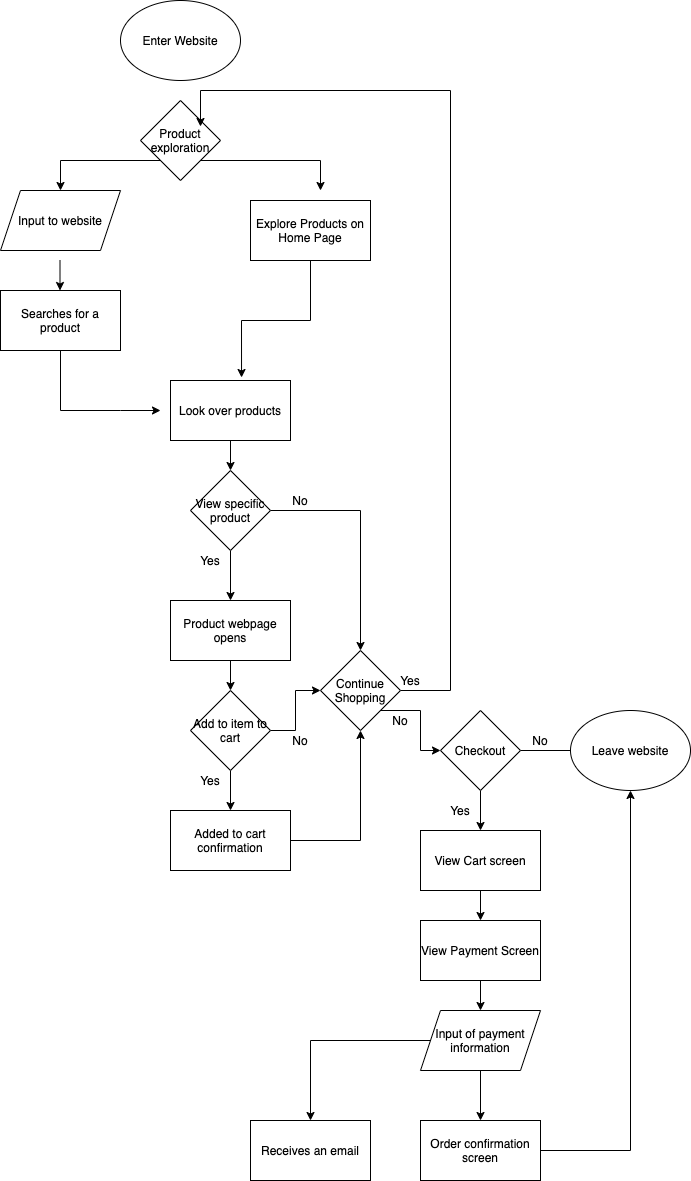
The draw.io diagram part2/part2.drawio.png in abvasude/sp21-cse110-lab4, before a commit. Source tidied: cells renumbered, new cells last; positions are measured from the earlier drawing's top-left corner, leaving out a move shared by most shapes.
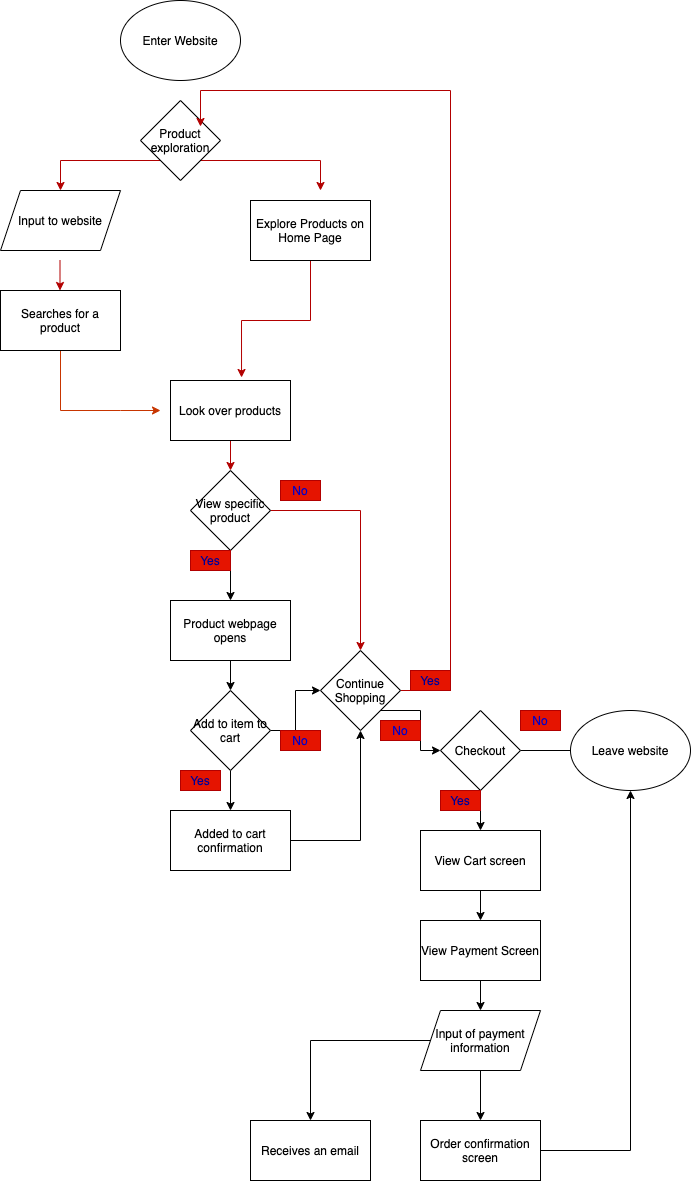
Later version of the same file.

Commit message:
Updated part2 drawio to make it readable

Change to the diagram source:
```diff
@@ -5,7 +5,7 @@
     <mxCell id="2" value="Enter Website" style="ellipse;whiteSpace=wrap;html=1;" parent="1" vertex="1">
       <mxGeometry x="120" width="120" height="80" as="geometry" />
     </mxCell>
-    <mxCell id="3" style="edgeStyle=orthogonalEdgeStyle;rounded=0;jettySize=auto;html=1;" parent="1" edge="1" source="4">
+    <mxCell id="3" style="edgeStyle=orthogonalEdgeStyle;rounded=0;jettySize=auto;html=1;fillColor=#fa6800;strokeColor=#C73500;" parent="1" edge="1" source="4">
       <mxGeometry relative="1" as="geometry">
         <mxPoint x="160" y="410" as="targetPoint" />
         <Array as="points">
@@ -17,7 +17,7 @@
     <mxCell id="4" value="Searches for a product" style="rounded=0;whiteSpace=wrap;html=1;" parent="1" vertex="1">
       <mxGeometry y="290" width="120" height="60" as="geometry" />
     </mxCell>
-    <mxCell id="5" style="edgeStyle=orthogonalEdgeStyle;rounded=0;jettySize=auto;html=1;entryX=0.592;entryY=-0.05;entryDx=0;entryDy=0;entryPerimeter=0;" parent="1" edge="1" source="6" target="10">
+    <mxCell id="5" style="edgeStyle=orthogonalEdgeStyle;rounded=0;jettySize=auto;html=1;entryX=0.592;entryY=-0.05;entryDx=0;entryDy=0;entryPerimeter=0;fillColor=#e51400;strokeColor=#B20000;" parent="1" edge="1" source="6" target="10">
       <mxGeometry relative="1" as="geometry" />
     </mxCell>
     <mxCell id="6" value="Explore Products on Home Page" style="rounded=0;whiteSpace=wrap;html=1;" parent="1" vertex="1">
@@ -26,24 +26,24 @@
     <mxCell id="7" value="Input to website" style="shape=parallelogram;perimeter=parallelogramPerimeter;whiteSpace=wrap;html=1;fixedSize=1;" parent="1" vertex="1">
       <mxGeometry y="190" width="120" height="60" as="geometry" />
     </mxCell>
-    <mxCell id="8" style="endArrow=classic;html=1;" parent="1" edge="1">
+    <mxCell id="8" style="endArrow=classic;html=1;fillColor=#e51400;strokeColor=#B20000;" parent="1" edge="1">
       <mxGeometry relative="1" as="geometry">
         <mxPoint x="59.5" y="260" as="sourcePoint" />
         <mxPoint x="59.5" y="290" as="targetPoint" />
       </mxGeometry>
     </mxCell>
-    <mxCell id="9" style="edgeStyle=orthogonalEdgeStyle;rounded=0;jettySize=auto;html=1;" parent="1" edge="1" source="10" target="16">
+    <mxCell id="9" style="edgeStyle=orthogonalEdgeStyle;rounded=0;jettySize=auto;html=1;fillColor=#e51400;strokeColor=#B20000;" parent="1" edge="1" source="10" target="16">
       <mxGeometry relative="1" as="geometry" />
     </mxCell>
     <mxCell id="10" value="Look over products" style="rounded=0;whiteSpace=wrap;html=1;" parent="1" vertex="1">
       <mxGeometry x="170" y="380" width="120" height="60" as="geometry" />
     </mxCell>
-    <mxCell id="11" style="edgeStyle=orthogonalEdgeStyle;rounded=0;jettySize=auto;html=1;exitX=0;exitY=1;exitDx=0;exitDy=0;" parent="1" edge="1" source="13">
+    <mxCell id="11" style="edgeStyle=orthogonalEdgeStyle;rounded=0;jettySize=auto;html=1;exitX=0;exitY=1;exitDx=0;exitDy=0;fillColor=#e51400;strokeColor=#B20000;" parent="1" edge="1" source="13">
       <mxGeometry relative="1" as="geometry">
         <mxPoint x="60" y="190" as="targetPoint" />
       </mxGeometry>
     </mxCell>
-    <mxCell id="12" style="edgeStyle=orthogonalEdgeStyle;rounded=0;jettySize=auto;html=1;exitX=1;exitY=1;exitDx=0;exitDy=0;" parent="1" edge="1" source="13">
+    <mxCell id="12" style="edgeStyle=orthogonalEdgeStyle;rounded=0;jettySize=auto;html=1;exitX=1;exitY=1;exitDx=0;exitDy=0;fillColor=#e51400;strokeColor=#B20000;" parent="1" edge="1" source="13">
       <mxGeometry relative="1" as="geometry">
         <mxPoint x="320" y="190" as="targetPoint" />
       </mxGeometry>
@@ -54,7 +54,7 @@
     <mxCell id="14" style="edgeStyle=orthogonalEdgeStyle;rounded=0;jettySize=auto;html=1;" parent="1" edge="1" source="16" target="21">
       <mxGeometry relative="1" as="geometry" />
     </mxCell>
-    <mxCell id="15" style="edgeStyle=orthogonalEdgeStyle;rounded=0;jettySize=auto;html=1;entryX=0.5;entryY=0;entryDx=0;entryDy=0;" parent="1" edge="1" source="16" target="28">
+    <mxCell id="15" style="edgeStyle=orthogonalEdgeStyle;rounded=0;jettySize=auto;html=1;entryX=0.5;entryY=0;entryDx=0;entryDy=0;fillColor=#e51400;strokeColor=#B20000;" parent="1" edge="1" source="16" target="28">
       <mxGeometry relative="1" as="geometry" />
     </mxCell>
     <mxCell id="16" value="View specific product" style="rhombus;whiteSpace=wrap;html=1;" parent="1" vertex="1">
@@ -75,7 +75,7 @@
     <mxCell id="21" value="Product webpage opens" style="rounded=0;whiteSpace=wrap;html=1;" parent="1" vertex="1">
       <mxGeometry x="170" y="600" width="120" height="60" as="geometry" />
     </mxCell>
-    <mxCell id="22" value="Yes" style="text;html=1;strokeColor=none;fillColor=none;align=center;verticalAlign=middle;whiteSpace=wrap;rounded=0;" parent="1" vertex="1">
+    <mxCell id="22" value="Yes" style="text;html=1;strokeColor=#B20000;fillColor=#e51400;align=center;verticalAlign=middle;whiteSpace=wrap;rounded=0;fontColor=#000099;" parent="1" vertex="1">
       <mxGeometry x="190" y="550" width="40" height="20" as="geometry" />
     </mxCell>
     <mxCell id="23" style="edgeStyle=orthogonalEdgeStyle;rounded=0;jettySize=auto;html=1;entryX=0.5;entryY=1;entryDx=0;entryDy=0;" parent="1" edge="1" source="24" target="28">
@@ -84,10 +84,7 @@
     <mxCell id="24" value="Added to cart confirmation" style="whiteSpace=wrap;html=1;" parent="1" vertex="1">
       <mxGeometry x="170" y="810" width="120" height="60" as="geometry" />
     </mxCell>
-    <mxCell id="25" value="Yes" style="text;html=1;strokeColor=none;fillColor=none;align=center;verticalAlign=middle;whiteSpace=wrap;rounded=0;" parent="1" vertex="1">
-      <mxGeometry x="190" y="770" width="40" height="20" as="geometry" />
-    </mxCell>
-    <mxCell id="26" style="edgeStyle=orthogonalEdgeStyle;rounded=0;jettySize=auto;html=1;" parent="1" edge="1" source="28">
+    <mxCell id="26" style="edgeStyle=orthogonalEdgeStyle;rounded=0;jettySize=auto;html=1;fillColor=#e51400;strokeColor=#B20000;" parent="1" edge="1" source="28">
       <mxGeometry relative="1" as="geometry">
         <mxPoint x="200" y="126" as="targetPoint" />
         <Array as="points">
@@ -104,18 +101,15 @@
     <mxCell id="28" value="Continue Shopping" style="rhombus;whiteSpace=wrap;html=1;" parent="1" vertex="1">
       <mxGeometry x="320" y="650" width="80" height="80" as="geometry" />
     </mxCell>
+    <mxCell id="49" style="edgeStyle=orthogonalEdgeStyle;rounded=0;orthogonalLoop=1;jettySize=auto;html=1;fontColor=#000099;" parent="1" edge="1">
+      <mxGeometry relative="1" as="geometry">
+        <mxPoint x="300" y="480" as="sourcePoint" />
+        <mxPoint x="300" y="480" as="targetPoint" />
+      </mxGeometry>
+    </mxCell>
-    <mxCell id="29" value="No" style="text;html=1;strokeColor=none;fillColor=none;align=center;verticalAlign=middle;whiteSpace=wrap;rounded=0;" parent="1" vertex="1">
-      <mxGeometry x="280" y="490" width="40" height="20" as="geometry" />
+    <mxCell id="29" value="No" style="text;html=1;strokeColor=#B20000;fillColor=#e51400;align=center;verticalAlign=middle;whiteSpace=wrap;rounded=0;fontColor=#0000CC;" parent="1" vertex="1">
+      <mxGeometry x="280" y="480" width="40" height="20" as="geometry" />
     </mxCell>
-    <mxCell id="30" value="No" style="text;html=1;strokeColor=none;fillColor=none;align=center;verticalAlign=middle;whiteSpace=wrap;rounded=0;" parent="1" vertex="1">
-      <mxGeometry x="280" y="730" width="40" height="20" as="geometry" />
-    </mxCell>
-    <mxCell id="31" value="Yes" style="text;html=1;strokeColor=none;fillColor=none;align=center;verticalAlign=middle;whiteSpace=wrap;rounded=0;" parent="1" vertex="1">
-      <mxGeometry x="390" y="670" width="40" height="20" as="geometry" />
-    </mxCell>
-    <mxCell id="32" value="No" style="text;html=1;strokeColor=none;fillColor=none;align=center;verticalAlign=middle;whiteSpace=wrap;rounded=0;" parent="1" vertex="1">
-      <mxGeometry x="380" y="710" width="40" height="20" as="geometry" />
-    </mxCell>
     <mxCell id="33" style="edgeStyle=orthogonalEdgeStyle;rounded=0;jettySize=auto;html=1;" parent="1" edge="1" source="35">
       <mxGeometry relative="1" as="geometry">
         <mxPoint x="600" y="750" as="targetPoint" />
@@ -130,18 +124,12 @@
     <mxCell id="36" value="Leave website" style="ellipse;whiteSpace=wrap;html=1;" parent="1" vertex="1">
       <mxGeometry x="570" y="710" width="120" height="80" as="geometry" />
     </mxCell>
-    <mxCell id="37" value="No" style="text;html=1;strokeColor=none;fillColor=none;align=center;verticalAlign=middle;whiteSpace=wrap;rounded=0;" parent="1" vertex="1">
-      <mxGeometry x="520" y="730" width="40" height="20" as="geometry" />
-    </mxCell>
     <mxCell id="38" style="edgeStyle=orthogonalEdgeStyle;rounded=0;jettySize=auto;html=1;" parent="1" edge="1" source="39" target="42">
       <mxGeometry relative="1" as="geometry" />
     </mxCell>
     <mxCell id="39" value="View Cart screen" style="whiteSpace=wrap;html=1;" parent="1" vertex="1">
       <mxGeometry x="420" y="830" width="120" height="60" as="geometry" />
     </mxCell>
-    <mxCell id="40" value="Yes" style="text;html=1;strokeColor=none;fillColor=none;align=center;verticalAlign=middle;whiteSpace=wrap;rounded=0;" parent="1" vertex="1">
-      <mxGeometry x="440" y="800" width="40" height="20" as="geometry" />
-    </mxCell>
     <mxCell id="41" style="edgeStyle=orthogonalEdgeStyle;rounded=0;jettySize=auto;html=1;" parent="1" edge="1" source="42" target="45">
       <mxGeometry relative="1" as="geometry" />
     </mxCell>
@@ -166,5 +154,26 @@
     <mxCell id="48" value="Receives an email" style="rounded=0;whiteSpace=wrap;html=1;" parent="1" vertex="1">
       <mxGeometry x="250" y="1120" width="120" height="60" as="geometry" />
     </mxCell>
+    <mxCell id="50" value="Yes" style="text;html=1;strokeColor=#B20000;fillColor=#e51400;align=center;verticalAlign=middle;whiteSpace=wrap;rounded=0;fontColor=#000099;" parent="1" vertex="1">
+      <mxGeometry x="180" y="770" width="40" height="20" as="geometry" />
+    </mxCell>
+    <mxCell id="51" style="edgeStyle=orthogonalEdgeStyle;rounded=0;orthogonalLoop=1;jettySize=auto;html=1;exitX=0.5;exitY=1;exitDx=0;exitDy=0;fontColor=#000099;" parent="1" edge="1" source="22" target="22">
+      <mxGeometry relative="1" as="geometry" />
+    </mxCell>
+    <mxCell id="52" value="Yes" style="text;html=1;strokeColor=#B20000;fillColor=#e51400;align=center;verticalAlign=middle;whiteSpace=wrap;rounded=0;fontColor=#000099;" parent="1" vertex="1">
+      <mxGeometry x="410" y="670" width="40" height="20" as="geometry" />
+    </mxCell>
+    <mxCell id="53" value="Yes" style="text;html=1;strokeColor=#B20000;fillColor=#e51400;align=center;verticalAlign=middle;whiteSpace=wrap;rounded=0;fontColor=#000099;" parent="1" vertex="1">
+      <mxGeometry x="440" y="790" width="40" height="20" as="geometry" />
+    </mxCell>
+    <mxCell id="54" value="No" style="text;html=1;strokeColor=#B20000;fillColor=#e51400;align=center;verticalAlign=middle;whiteSpace=wrap;rounded=0;fontColor=#0000CC;" parent="1" vertex="1">
+      <mxGeometry x="280" y="730" width="40" height="20" as="geometry" />
+    </mxCell>
+    <mxCell id="55" value="No" style="text;html=1;strokeColor=#B20000;fillColor=#e51400;align=center;verticalAlign=middle;whiteSpace=wrap;rounded=0;fontColor=#0000CC;" parent="1" vertex="1">
+      <mxGeometry x="380" y="720" width="40" height="20" as="geometry" />
+    </mxCell>
+    <mxCell id="56" value="No" style="text;html=1;strokeColor=#B20000;fillColor=#e51400;align=center;verticalAlign=middle;whiteSpace=wrap;rounded=0;fontColor=#0000CC;" parent="1" vertex="1">
+      <mxGeometry x="520" y="710" width="40" height="20" as="geometry" />
+    </mxCell>
   </root>
 </mxGraphModel>
```
